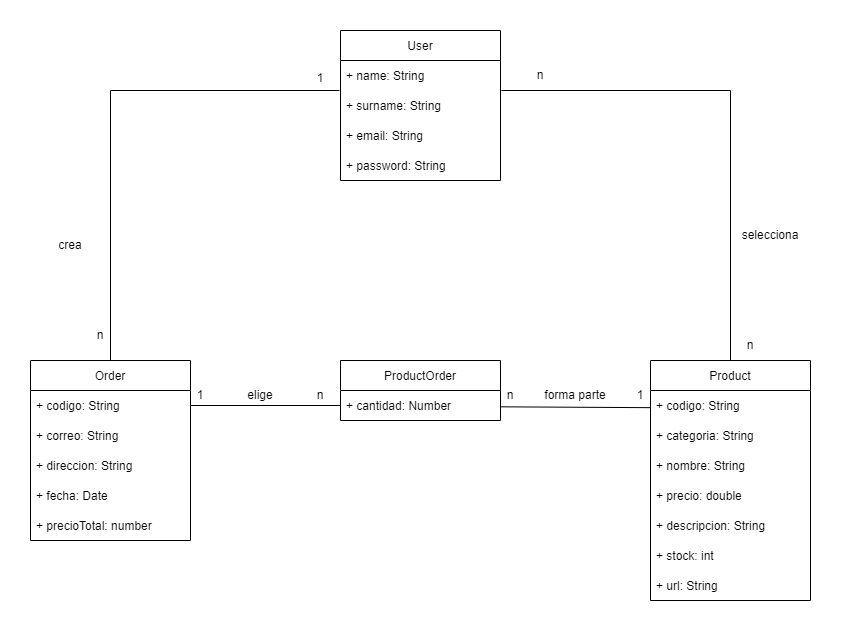
Earlier version of the draw.io export docs/images/08_Modelo_datos.png (Arquisoft/dede_es2c). Source tidied: cells renumbered, new cells last; positions are measured from the earlier drawing's top-left corner, leaving out a move shared by most shapes.
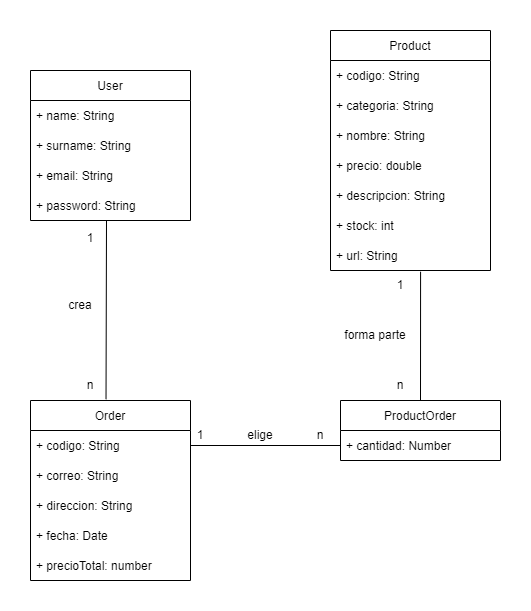
After the commit.

Commit message:
Version arreglada del modelo de datos

Change to the diagram source:
```diff
@@ -3,7 +3,7 @@
     <mxCell id="0" />
     <mxCell id="1" parent="0" />
     <mxCell id="2" value="User" style="swimlane;fontStyle=0;horizontal=1;startSize=30;" parent="1" vertex="1">
-      <mxGeometry x="310" width="160" height="150" as="geometry" />
+      <mxGeometry width="160" height="150" as="geometry" />
     </mxCell>
     <mxCell id="3" value="+ name: String" style="text;strokeColor=none;fillColor=none;align=left;verticalAlign=middle;spacingLeft=4;spacingRight=4;overflow=hidden;" parent="2" vertex="1">
       <mxGeometry y="30" width="160" height="30" as="geometry" />
@@ -18,7 +18,7 @@
       <mxGeometry y="120" width="160" height="30" as="geometry" />
     </mxCell>
     <mxCell id="7" value="Product" style="swimlane;fontStyle=0;horizontal=1;startSize=30;" parent="1" vertex="1">
-      <mxGeometry x="620" y="330" width="160" height="240" as="geometry" />
+      <mxGeometry x="300" y="-40" width="160" height="240" as="geometry" />
     </mxCell>
     <mxCell id="8" value="+ codigo: String" style="text;strokeColor=none;fillColor=none;align=left;verticalAlign=middle;spacingLeft=4;spacingRight=4;overflow=hidden;points=[[0,0.5],[1,0.5]];portConstraint=eastwest;" parent="7" vertex="1">
       <mxGeometry y="30" width="160" height="30" as="geometry" />
@@ -60,40 +60,14 @@
       <mxGeometry y="150" width="160" height="30" as="geometry" />
     </mxCell>
     <mxCell id="21" value="n" style="text;html=1;strokeColor=none;fillColor=none;align=center;verticalAlign=middle;whiteSpace=wrap;rounded=0;" parent="1" vertex="1">
-      <mxGeometry x="40" y="290" width="60" height="30" as="geometry" />
+      <mxGeometry x="30" y="300" width="60" height="30" as="geometry" />
     </mxCell>
-    <mxCell id="22" value="n" style="text;html=1;strokeColor=none;fillColor=none;align=center;verticalAlign=middle;whiteSpace=wrap;rounded=0;" parent="1" vertex="1">
-      <mxGeometry x="690" y="300" width="60" height="30" as="geometry" />
-    </mxCell>
-    <mxCell id="23" style="endArrow=none;html=1;rounded=0;exitX=0.5;exitY=0;exitDx=0;exitDy=0;" parent="1" edge="1" source="15">
-      <mxGeometry relative="1" as="geometry">
-        <mxPoint x="80" y="60" as="targetPoint" />
-      </mxGeometry>
-    </mxCell>
-    <mxCell id="24" style="endArrow=none;html=1;rounded=0;entryX=-0.006;entryY=0;entryDx=0;entryDy=0;entryPerimeter=0;" parent="1" edge="1" target="4">
-      <mxGeometry relative="1" as="geometry">
-        <mxPoint x="80" y="60" as="sourcePoint" />
-      </mxGeometry>
-    </mxCell>
-    <mxCell id="25" style="endArrow=none;html=1;rounded=0;exitX=1.006;exitY=0;exitDx=0;exitDy=0;exitPerimeter=0;" parent="1" edge="1" source="4">
-      <mxGeometry relative="1" as="geometry">
-        <mxPoint x="700" y="60" as="targetPoint" />
-      </mxGeometry>
-    </mxCell>
     <mxCell id="26" value="ProductOrder" style="swimlane;fontStyle=0;horizontal=1;startSize=30;" parent="1" vertex="1">
       <mxGeometry x="310" y="330" width="160" height="60" as="geometry" />
     </mxCell>
     <mxCell id="27" value="+ cantidad: Number" style="text;strokeColor=none;fillColor=none;align=left;verticalAlign=middle;spacingLeft=4;spacingRight=4;overflow=hidden;points=[[0,0.5],[1,0.5]];portConstraint=eastwest;" parent="26" vertex="1">
       <mxGeometry y="30" width="160" height="30" as="geometry" />
     </mxCell>
-    <mxCell id="28" style="endArrow=none;html=1;rounded=0;exitX=0.5;exitY=0;exitDx=0;exitDy=0;" parent="1" edge="1" source="7">
-      <mxGeometry relative="1" as="geometry">
-        <mxPoint x="700" y="60" as="targetPoint" />
-      </mxGeometry>
-    </mxCell>
-    <mxCell id="29" style="endArrow=none;html=1;rounded=0;entryX=-0.003;entryY=0.572;entryDx=0;entryDy=0;entryPerimeter=0;exitX=1.002;exitY=0.544;exitDx=0;exitDy=0;exitPerimeter=0;" parent="1" edge="1" source="27" target="8">
-      <mxGeometry relative="1" as="geometry" />
-    </mxCell>
     <mxCell id="30" style="endArrow=none;html=1;rounded=0;exitX=1;exitY=0.5;exitDx=0;exitDy=0;entryX=0;entryY=0.5;entryDx=0;entryDy=0;" parent="1" edge="1" source="16" target="27">
       <mxGeometry relative="1" as="geometry" />
     </mxCell>
@@ -101,31 +75,33 @@
       <mxGeometry x="260" y="350" width="60" height="30" as="geometry" />
     </mxCell>
     <mxCell id="32" value="n" style="text;html=1;strokeColor=none;fillColor=none;align=center;verticalAlign=middle;whiteSpace=wrap;rounded=0;" parent="1" vertex="1">
-      <mxGeometry x="450" y="350" width="60" height="30" as="geometry" />
+      <mxGeometry x="340" y="300" width="60" height="30" as="geometry" />
     </mxCell>
     <mxCell id="33" value="1" style="text;html=1;strokeColor=none;fillColor=none;align=center;verticalAlign=middle;whiteSpace=wrap;rounded=0;" parent="1" vertex="1">
-      <mxGeometry x="580" y="350" width="60" height="30" as="geometry" />
+      <mxGeometry x="340" y="200" width="60" height="30" as="geometry" />
     </mxCell>
     <mxCell id="34" value="1" style="text;html=1;strokeColor=none;fillColor=none;align=center;verticalAlign=middle;whiteSpace=wrap;rounded=0;" parent="1" vertex="1">
-      <mxGeometry x="260" y="30" width="60" height="35" as="geometry" />
+      <mxGeometry x="30" y="150" width="60" height="35" as="geometry" />
     </mxCell>
     <mxCell id="35" value="1" style="text;html=1;strokeColor=none;fillColor=none;align=center;verticalAlign=middle;whiteSpace=wrap;rounded=0;" parent="1" vertex="1">
       <mxGeometry x="140" y="350" width="60" height="30" as="geometry" />
     </mxCell>
-    <mxCell id="36" value="n" style="text;html=1;strokeColor=none;fillColor=none;align=center;verticalAlign=middle;whiteSpace=wrap;rounded=0;" parent="1" vertex="1">
-      <mxGeometry x="480" y="30" width="60" height="30" as="geometry" />
-    </mxCell>
     <mxCell id="37" value="crea" style="text;html=1;strokeColor=none;fillColor=none;align=center;verticalAlign=middle;whiteSpace=wrap;rounded=0;" parent="1" vertex="1">
-      <mxGeometry x="10" y="200" width="60" height="30" as="geometry" />
+      <mxGeometry x="20" y="220" width="60" height="30" as="geometry" />
     </mxCell>
-    <mxCell id="38" value="selecciona" style="text;html=1;strokeColor=none;fillColor=none;align=center;verticalAlign=middle;whiteSpace=wrap;rounded=0;" parent="1" vertex="1">
-      <mxGeometry x="710" y="190" width="60" height="30" as="geometry" />
-    </mxCell>
     <mxCell id="39" value="elige" style="text;html=1;strokeColor=none;fillColor=none;align=center;verticalAlign=middle;whiteSpace=wrap;rounded=0;" parent="1" vertex="1">
       <mxGeometry x="200" y="350" width="60" height="30" as="geometry" />
     </mxCell>
     <mxCell id="40" value="forma parte" style="text;html=1;strokeColor=none;fillColor=none;align=center;verticalAlign=middle;whiteSpace=wrap;rounded=0;" parent="1" vertex="1">
-      <mxGeometry x="510" y="350" width="70" height="30" as="geometry" />
+      <mxGeometry x="310" y="250" width="70" height="30" as="geometry" />
     </mxCell>
+    <mxCell id="41" style="endArrow=none;html=1;rounded=0;exitX=0.472;exitY=-0.007;exitDx=0;exitDy=0;exitPerimeter=0;" parent="1" edge="1" source="15">
+      <mxGeometry relative="1" as="geometry">
+        <mxPoint x="76" y="150" as="targetPoint" />
+      </mxGeometry>
+    </mxCell>
+    <mxCell id="42" style="endArrow=none;html=1;rounded=0;exitX=0.5;exitY=0;exitDx=0;exitDy=0;entryX=0.563;entryY=1.041;entryDx=0;entryDy=0;entryPerimeter=0;" parent="1" edge="1" source="26" target="14">
+      <mxGeometry relative="1" as="geometry" />
+    </mxCell>
   </root>
 </mxGraphModel>
```
